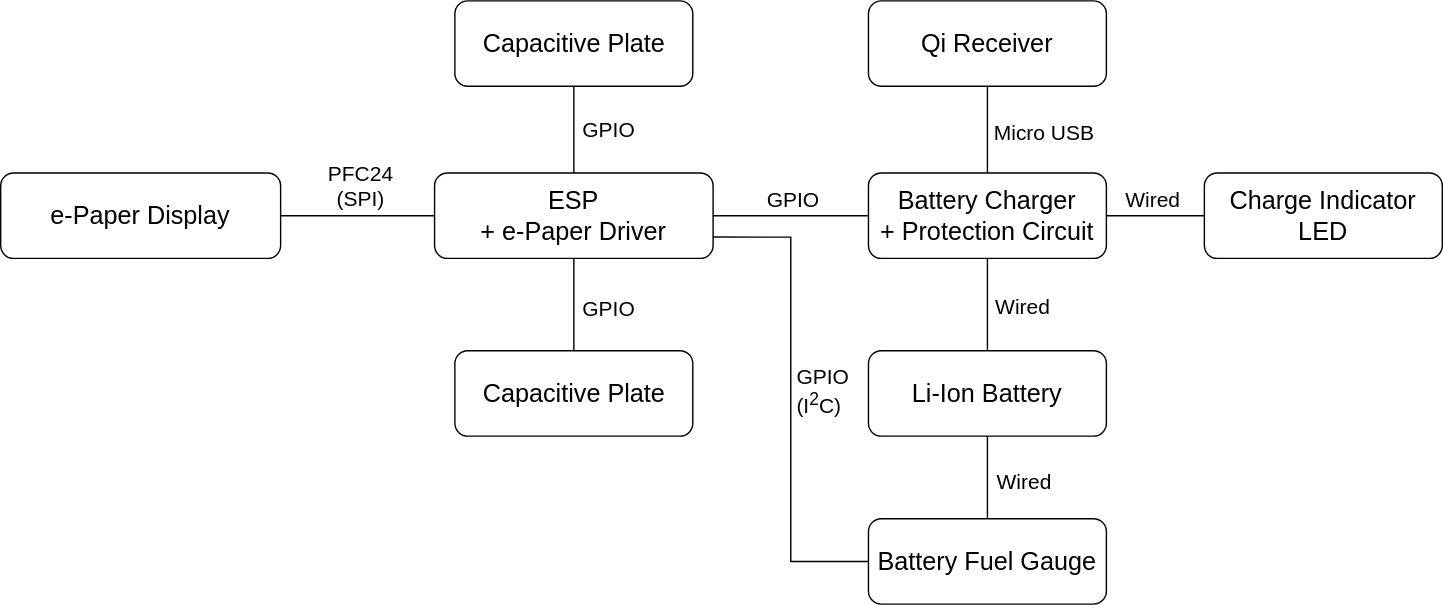
This is SailTrack Monitor/hardware-diagram.svg from metisvela/sailtrack, a draw.io export, as it was before one commit. Source tidied: cells renumbered, new cells last; positions are measured from the earlier drawing's top-left corner, leaving out a move shared by most shapes. Its diagram source:
```xml
<mxGraphModel background="#FFFFFF">
  <root>
    <mxCell id="0" />
    <mxCell id="1" parent="0" />
    <mxCell id="2" style="edgeStyle=orthogonalEdgeStyle;rounded=0;jettySize=auto;html=1;exitX=1;exitY=0.5;exitDx=0;exitDy=0;entryX=0;entryY=0.5;entryDx=0;entryDy=0;endArrow=none;endFill=0;" parent="1" edge="1" source="12" target="21">
      <mxGeometry relative="1" as="geometry" />
    </mxCell>
    <mxCell id="3" value="GPIO" style="edgeLabel;html=1;align=center;verticalAlign=bottom;fontSize=15;" parent="2" vertex="1">
      <mxGeometry x="-0.23" y="-2" relative="1" as="geometry">
        <mxPoint x="14.6" y="-3" as="offset" />
      </mxGeometry>
    </mxCell>
    <mxCell id="4" style="edgeStyle=orthogonalEdgeStyle;rounded=0;jettySize=auto;html=1;exitX=0;exitY=0.5;exitDx=0;exitDy=0;entryX=1;entryY=0.5;entryDx=0;entryDy=0;endArrow=none;endFill=0;" parent="1" edge="1" source="12" target="13">
      <mxGeometry relative="1" as="geometry" />
    </mxCell>
    <mxCell id="5" value="&lt;font style=&quot;font-size: 15px&quot;&gt;PFC24&lt;br&gt;(SPI)&lt;br style=&quot;font-size: 15px&quot;&gt;&lt;/font&gt;" style="edgeLabel;html=1;align=center;verticalAlign=bottom;fontSize=15;" parent="4" vertex="1">
      <mxGeometry x="-0.02" y="-1" relative="1" as="geometry">
        <mxPoint y="-1" as="offset" />
      </mxGeometry>
    </mxCell>
    <mxCell id="6" style="edgeStyle=orthogonalEdgeStyle;rounded=0;jettySize=auto;html=1;exitX=0.5;exitY=0;exitDx=0;exitDy=0;entryX=0.5;entryY=1;entryDx=0;entryDy=0;endArrow=none;endFill=0;" parent="1" edge="1" source="12" target="23">
      <mxGeometry relative="1" as="geometry" />
    </mxCell>
    <mxCell id="7" value="&lt;font style=&quot;font-size: 15px&quot;&gt;GPIO&lt;/font&gt;" style="edgeLabel;html=1;align=left;verticalAlign=middle;fontSize=15;" parent="6" vertex="1">
      <mxGeometry x="0.03" y="-4" relative="1" as="geometry" />
    </mxCell>
    <mxCell id="8" style="edgeStyle=orthogonalEdgeStyle;rounded=0;jettySize=auto;html=1;exitX=0.5;exitY=1;exitDx=0;exitDy=0;entryX=0.5;entryY=0;entryDx=0;entryDy=0;endArrow=none;endFill=0;" parent="1" edge="1" source="12" target="24">
      <mxGeometry relative="1" as="geometry" />
    </mxCell>
    <mxCell id="9" value="GPIO" style="edgeLabel;html=1;align=left;verticalAlign=middle;fontSize=15;" parent="8" vertex="1">
      <mxGeometry x="0.07" y="-3" relative="1" as="geometry">
        <mxPoint x="7" as="offset" />
      </mxGeometry>
    </mxCell>
    <mxCell id="10" style="edgeStyle=orthogonalEdgeStyle;rounded=0;jettySize=auto;html=1;exitX=1;exitY=0.75;exitDx=0;exitDy=0;entryX=0;entryY=0.5;entryDx=0;entryDy=0;endArrow=none;endFill=0;fontSize=15;" parent="1" edge="1" source="12" target="28">
      <mxGeometry relative="1" as="geometry" />
    </mxCell>
    <mxCell id="11" value="GPIO&lt;br&gt;(I&lt;sup&gt;2&lt;/sup&gt;C)" style="edgeLabel;html=1;align=left;verticalAlign=middle;fontSize=15;" parent="10" vertex="1">
      <mxGeometry x="-0.04" y="-3" relative="1" as="geometry">
        <mxPoint x="5" as="offset" />
      </mxGeometry>
    </mxCell>
    <mxCell id="12" value="ESP&lt;br&gt;+ e-Paper Driver" style="rounded=1;whiteSpace=wrap;html=1;fontSize=18;" parent="1" vertex="1">
      <mxGeometry x="310" y="123" width="199" height="61" as="geometry" />
    </mxCell>
    <mxCell id="13" value="e-Paper Display" style="rounded=1;whiteSpace=wrap;html=1;fontSize=18;" parent="1" vertex="1">
      <mxGeometry y="123" width="200" height="61" as="geometry" />
    </mxCell>
    <mxCell id="14" value="Li-Ion Battery" style="rounded=1;whiteSpace=wrap;html=1;fontSize=18;" parent="1" vertex="1">
      <mxGeometry x="620" y="250" width="170" height="61" as="geometry" />
    </mxCell>
    <mxCell id="15" style="edgeStyle=orthogonalEdgeStyle;rounded=0;jettySize=auto;html=1;exitX=0.5;exitY=0;exitDx=0;exitDy=0;entryX=0.5;entryY=1;entryDx=0;entryDy=0;endArrow=none;endFill=0;" parent="1" edge="1" source="21" target="22">
      <mxGeometry relative="1" as="geometry" />
    </mxCell>
    <mxCell id="16" value="Micro USB" style="edgeLabel;html=1;align=left;verticalAlign=middle;fontSize=15;" parent="15" vertex="1">
      <mxGeometry x="-0.05" y="-2" relative="1" as="geometry">
        <mxPoint x="1" as="offset" />
      </mxGeometry>
    </mxCell>
    <mxCell id="17" style="edgeStyle=orthogonalEdgeStyle;rounded=0;jettySize=auto;html=1;exitX=0.5;exitY=1;exitDx=0;exitDy=0;entryX=0.5;entryY=0;entryDx=0;entryDy=0;endArrow=none;endFill=0;" parent="1" edge="1" source="21" target="14">
      <mxGeometry relative="1" as="geometry" />
    </mxCell>
    <mxCell id="18" value="Wired" style="edgeLabel;html=1;align=left;verticalAlign=middle;fontSize=15;" parent="17" vertex="1">
      <mxGeometry x="0.14" y="2" relative="1" as="geometry">
        <mxPoint x="2" y="-4.7" as="offset" />
      </mxGeometry>
    </mxCell>
    <mxCell id="19" style="edgeStyle=orthogonalEdgeStyle;rounded=0;jettySize=auto;html=1;exitX=1;exitY=0.5;exitDx=0;exitDy=0;entryX=0;entryY=0.5;entryDx=0;entryDy=0;endArrow=none;endFill=0;fontSize=15;" parent="1" edge="1" source="21" target="25">
      <mxGeometry relative="1" as="geometry" />
    </mxCell>
    <mxCell id="20" value="Wired" style="edgeLabel;html=1;align=center;verticalAlign=bottom;fontSize=15;" parent="19" vertex="1">
      <mxGeometry x="-0.08" y="1" relative="1" as="geometry" />
    </mxCell>
    <mxCell id="21" value="Battery Charger&lt;br&gt;+ Protection Circuit" style="rounded=1;whiteSpace=wrap;html=1;fontSize=18;" parent="1" vertex="1">
      <mxGeometry x="620" y="123" width="170" height="61" as="geometry" />
    </mxCell>
    <mxCell id="22" value="Qi Receiver" style="rounded=1;whiteSpace=wrap;html=1;fontSize=18;" parent="1" vertex="1">
      <mxGeometry x="620" width="170" height="61" as="geometry" />
    </mxCell>
    <mxCell id="23" value="Capacitive Plate" style="rounded=1;whiteSpace=wrap;html=1;fontSize=18;" parent="1" vertex="1">
      <mxGeometry x="324.5" width="170" height="61" as="geometry" />
    </mxCell>
    <mxCell id="24" value="Capacitive Plate" style="rounded=1;whiteSpace=wrap;html=1;fontSize=18;" parent="1" vertex="1">
      <mxGeometry x="324.5" y="250" width="170" height="61" as="geometry" />
    </mxCell>
    <mxCell id="25" value="Charge Indicator LED" style="rounded=1;whiteSpace=wrap;html=1;fontSize=18;" parent="1" vertex="1">
      <mxGeometry x="860" y="123" width="170" height="61" as="geometry" />
    </mxCell>
    <mxCell id="26" style="edgeStyle=orthogonalEdgeStyle;rounded=0;jettySize=auto;html=1;exitX=0.5;exitY=0;exitDx=0;exitDy=0;entryX=0.5;entryY=1;entryDx=0;entryDy=0;endArrow=none;endFill=0;" parent="1" edge="1" source="28" target="14">
      <mxGeometry relative="1" as="geometry" />
    </mxCell>
    <mxCell id="27" value="Wired" style="edgeLabel;html=1;align=left;verticalAlign=middle;fontSize=15;" parent="26" vertex="1">
      <mxGeometry x="-0.25" y="-3" relative="1" as="geometry">
        <mxPoint x="2" y="-6" as="offset" />
      </mxGeometry>
    </mxCell>
    <mxCell id="28" value="Battery Fuel Gauge" style="rounded=1;whiteSpace=wrap;html=1;fontSize=18;" parent="1" vertex="1">
      <mxGeometry x="620" y="370" width="170" height="61" as="geometry" />
    </mxCell>
  </root>
</mxGraphModel>
```
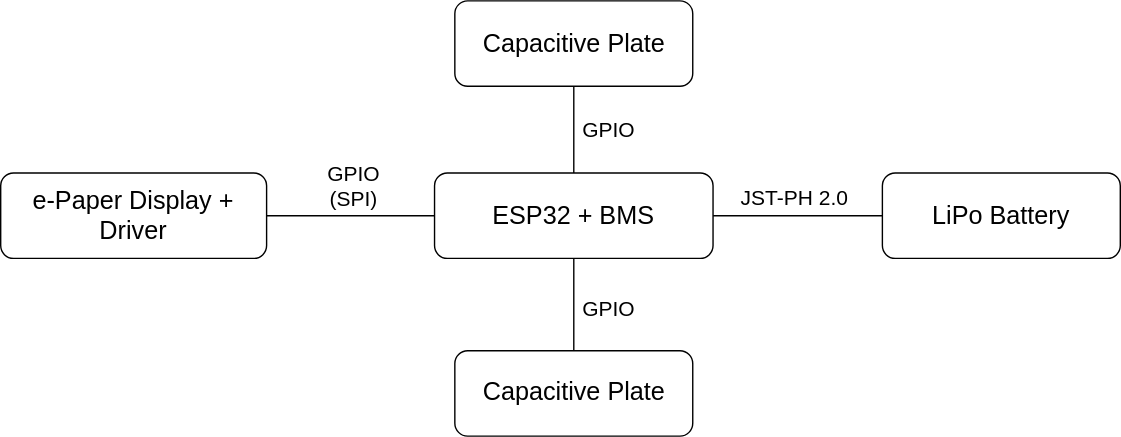
The same file after the commit.

Change to the diagram source:
```diff
@@ -2,18 +2,10 @@
   <root>
     <mxCell id="0" />
     <mxCell id="1" parent="0" />
-    <mxCell id="2" style="edgeStyle=orthogonalEdgeStyle;rounded=0;jettySize=auto;html=1;exitX=1;exitY=0.5;exitDx=0;exitDy=0;entryX=0;entryY=0.5;entryDx=0;entryDy=0;endArrow=none;endFill=0;" parent="1" edge="1" source="12" target="21">
-      <mxGeometry relative="1" as="geometry" />
-    </mxCell>
-    <mxCell id="3" value="GPIO" style="edgeLabel;html=1;align=center;verticalAlign=bottom;fontSize=15;" parent="2" vertex="1">
-      <mxGeometry x="-0.23" y="-2" relative="1" as="geometry">
-        <mxPoint x="14.6" y="-3" as="offset" />
-      </mxGeometry>
-    </mxCell>
     <mxCell id="4" style="edgeStyle=orthogonalEdgeStyle;rounded=0;jettySize=auto;html=1;exitX=0;exitY=0.5;exitDx=0;exitDy=0;entryX=1;entryY=0.5;entryDx=0;entryDy=0;endArrow=none;endFill=0;" parent="1" edge="1" source="12" target="13">
       <mxGeometry relative="1" as="geometry" />
     </mxCell>
-    <mxCell id="5" value="&lt;font style=&quot;font-size: 15px&quot;&gt;PFC24&lt;br&gt;(SPI)&lt;br style=&quot;font-size: 15px&quot;&gt;&lt;/font&gt;" style="edgeLabel;html=1;align=center;verticalAlign=bottom;fontSize=15;" parent="4" vertex="1">
+    <mxCell id="5" value="&lt;font style=&quot;font-size: 15px&quot;&gt;GPIO&lt;br&gt;(SPI)&lt;br style=&quot;font-size: 15px&quot;&gt;&lt;/font&gt;" style="edgeLabel;html=1;align=center;verticalAlign=bottom;fontSize=15;" parent="4" vertex="1">
       <mxGeometry x="-0.02" y="-1" relative="1" as="geometry">
         <mxPoint y="-1" as="offset" />
       </mxGeometry>
@@ -32,70 +24,28 @@
         <mxPoint x="7" as="offset" />
       </mxGeometry>
     </mxCell>
-    <mxCell id="10" style="edgeStyle=orthogonalEdgeStyle;rounded=0;jettySize=auto;html=1;exitX=1;exitY=0.75;exitDx=0;exitDy=0;entryX=0;entryY=0.5;entryDx=0;entryDy=0;endArrow=none;endFill=0;fontSize=15;" parent="1" edge="1" source="12" target="28">
-      <mxGeometry relative="1" as="geometry" />
-    </mxCell>
-    <mxCell id="11" value="GPIO&lt;br&gt;(I&lt;sup&gt;2&lt;/sup&gt;C)" style="edgeLabel;html=1;align=left;verticalAlign=middle;fontSize=15;" parent="10" vertex="1">
-      <mxGeometry x="-0.04" y="-3" relative="1" as="geometry">
-        <mxPoint x="5" as="offset" />
-      </mxGeometry>
-    </mxCell>
+    <mxCell id="29" style="edgeStyle=orthogonalEdgeStyle;rounded=0;jettySize=auto;html=1;exitX=1;exitY=0.5;exitDx=0;exitDy=0;entryX=0;entryY=0.5;entryDx=0;entryDy=0;endArrow=none;endFill=0;" parent="1" edge="1" source="12" target="14">
+      <mxGeometry relative="1" as="geometry" />
+    </mxCell>
+    <mxCell id="30" value="JST-PH 2.0" style="edgeLabel;html=1;align=center;verticalAlign=bottom;fontSize=15;" parent="29" vertex="1">
+      <mxGeometry x="-0.04" y="4" relative="1" as="geometry">
+        <mxPoint y="1" as="offset" />
+      </mxGeometry>
+    </mxCell>
-    <mxCell id="12" value="ESP&lt;br&gt;+ e-Paper Driver" style="rounded=1;whiteSpace=wrap;html=1;fontSize=18;" parent="1" vertex="1">
+    <mxCell id="12" value="ESP32 + BMS" style="rounded=1;whiteSpace=wrap;html=1;fontSize=18;" parent="1" vertex="1">
       <mxGeometry x="310" y="123" width="199" height="61" as="geometry" />
     </mxCell>
-    <mxCell id="13" value="e-Paper Display" style="rounded=1;whiteSpace=wrap;html=1;fontSize=18;" parent="1" vertex="1">
-      <mxGeometry y="123" width="200" height="61" as="geometry" />
+    <mxCell id="13" value="e-Paper Display + Driver" style="rounded=1;whiteSpace=wrap;html=1;fontSize=18;" parent="1" vertex="1">
+      <mxGeometry y="123" width="190" height="61" as="geometry" />
     </mxCell>
-    <mxCell id="14" value="Li-Ion Battery" style="rounded=1;whiteSpace=wrap;html=1;fontSize=18;" parent="1" vertex="1">
-      <mxGeometry x="620" y="250" width="170" height="61" as="geometry" />
+    <mxCell id="14" value="LiPo Battery" style="rounded=1;whiteSpace=wrap;html=1;fontSize=18;" parent="1" vertex="1">
+      <mxGeometry x="630" y="123" width="170" height="61" as="geometry" />
     </mxCell>
-    <mxCell id="15" style="edgeStyle=orthogonalEdgeStyle;rounded=0;jettySize=auto;html=1;exitX=0.5;exitY=0;exitDx=0;exitDy=0;entryX=0.5;entryY=1;entryDx=0;entryDy=0;endArrow=none;endFill=0;" parent="1" edge="1" source="21" target="22">
-      <mxGeometry relative="1" as="geometry" />
-    </mxCell>
-    <mxCell id="16" value="Micro USB" style="edgeLabel;html=1;align=left;verticalAlign=middle;fontSize=15;" parent="15" vertex="1">
-      <mxGeometry x="-0.05" y="-2" relative="1" as="geometry">
-        <mxPoint x="1" as="offset" />
-      </mxGeometry>
-    </mxCell>
-    <mxCell id="17" style="edgeStyle=orthogonalEdgeStyle;rounded=0;jettySize=auto;html=1;exitX=0.5;exitY=1;exitDx=0;exitDy=0;entryX=0.5;entryY=0;entryDx=0;entryDy=0;endArrow=none;endFill=0;" parent="1" edge="1" source="21" target="14">
-      <mxGeometry relative="1" as="geometry" />
-    </mxCell>
-    <mxCell id="18" value="Wired" style="edgeLabel;html=1;align=left;verticalAlign=middle;fontSize=15;" parent="17" vertex="1">
-      <mxGeometry x="0.14" y="2" relative="1" as="geometry">
-        <mxPoint x="2" y="-4.7" as="offset" />
-      </mxGeometry>
-    </mxCell>
-    <mxCell id="19" style="edgeStyle=orthogonalEdgeStyle;rounded=0;jettySize=auto;html=1;exitX=1;exitY=0.5;exitDx=0;exitDy=0;entryX=0;entryY=0.5;entryDx=0;entryDy=0;endArrow=none;endFill=0;fontSize=15;" parent="1" edge="1" source="21" target="25">
-      <mxGeometry relative="1" as="geometry" />
-    </mxCell>
-    <mxCell id="20" value="Wired" style="edgeLabel;html=1;align=center;verticalAlign=bottom;fontSize=15;" parent="19" vertex="1">
-      <mxGeometry x="-0.08" y="1" relative="1" as="geometry" />
-    </mxCell>
-    <mxCell id="21" value="Battery Charger&lt;br&gt;+ Protection Circuit" style="rounded=1;whiteSpace=wrap;html=1;fontSize=18;" parent="1" vertex="1">
-      <mxGeometry x="620" y="123" width="170" height="61" as="geometry" />
-    </mxCell>
-    <mxCell id="22" value="Qi Receiver" style="rounded=1;whiteSpace=wrap;html=1;fontSize=18;" parent="1" vertex="1">
-      <mxGeometry x="620" width="170" height="61" as="geometry" />
-    </mxCell>
     <mxCell id="23" value="Capacitive Plate" style="rounded=1;whiteSpace=wrap;html=1;fontSize=18;" parent="1" vertex="1">
       <mxGeometry x="324.5" width="170" height="61" as="geometry" />
     </mxCell>
     <mxCell id="24" value="Capacitive Plate" style="rounded=1;whiteSpace=wrap;html=1;fontSize=18;" parent="1" vertex="1">
       <mxGeometry x="324.5" y="250" width="170" height="61" as="geometry" />
     </mxCell>
-    <mxCell id="25" value="Charge Indicator LED" style="rounded=1;whiteSpace=wrap;html=1;fontSize=18;" parent="1" vertex="1">
-      <mxGeometry x="860" y="123" width="170" height="61" as="geometry" />
-    </mxCell>
-    <mxCell id="26" style="edgeStyle=orthogonalEdgeStyle;rounded=0;jettySize=auto;html=1;exitX=0.5;exitY=0;exitDx=0;exitDy=0;entryX=0.5;entryY=1;entryDx=0;entryDy=0;endArrow=none;endFill=0;" parent="1" edge="1" source="28" target="14">
-      <mxGeometry relative="1" as="geometry" />
-    </mxCell>
-    <mxCell id="27" value="Wired" style="edgeLabel;html=1;align=left;verticalAlign=middle;fontSize=15;" parent="26" vertex="1">
-      <mxGeometry x="-0.25" y="-3" relative="1" as="geometry">
-        <mxPoint x="2" y="-6" as="offset" />
-      </mxGeometry>
-    </mxCell>
-    <mxCell id="28" value="Battery Fuel Gauge" style="rounded=1;whiteSpace=wrap;html=1;fontSize=18;" parent="1" vertex="1">
-      <mxGeometry x="620" y="370" width="170" height="61" as="geometry" />
-    </mxCell>
   </root>
 </mxGraphModel>
```
